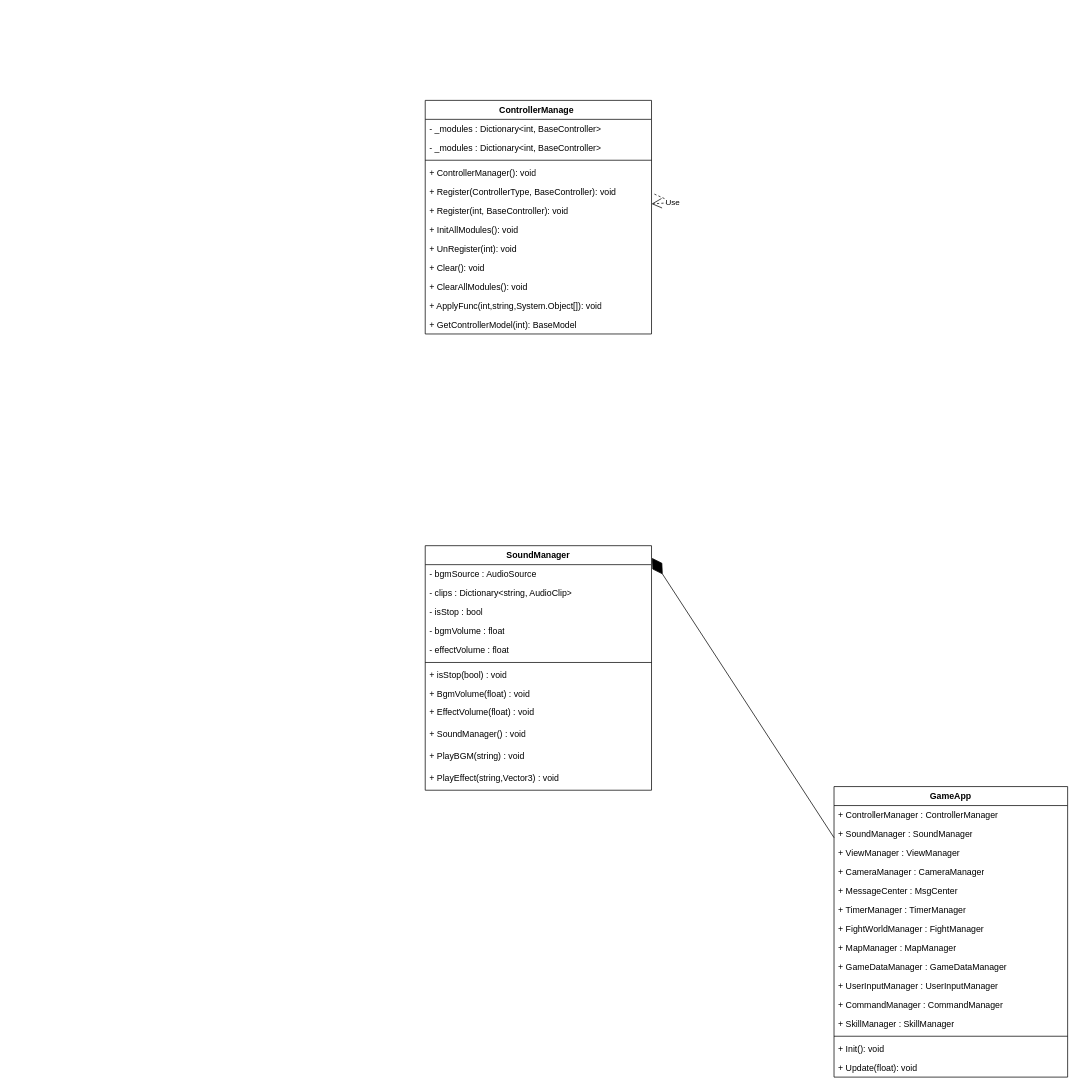
Above: BattleFlag/战旗UML.drawio in MinatoBalial/UML- (draw.io), before the change. Source tidied: cells renumbered, new cells numbered last; positions are measured from the earlier drawing's top-left corner, leaving out a move shared by most shapes. Both pictures are drawn from the tidied source at 73%, with x=0, y=0 at pixel (425, 100).
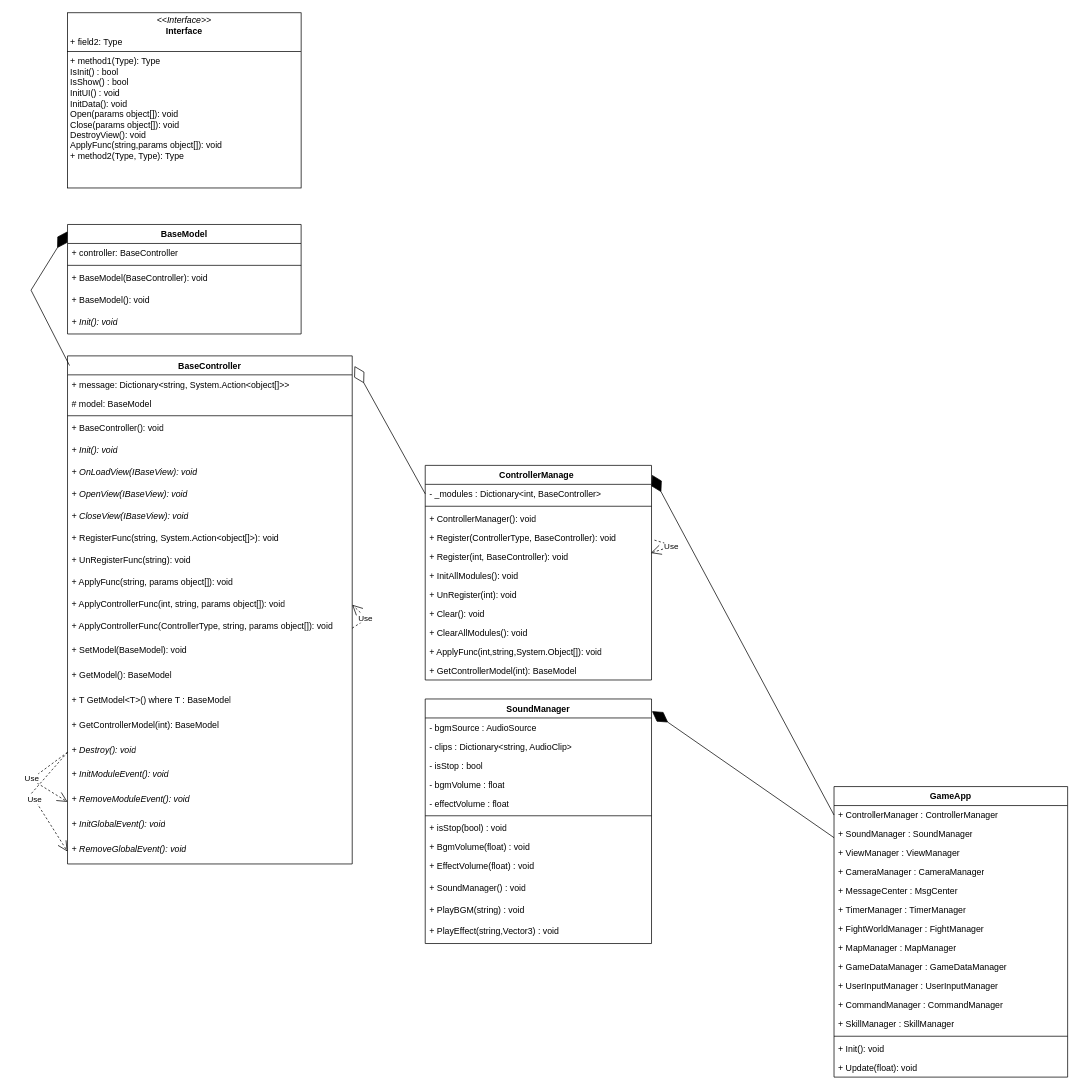
After the change.

The change refers to these unchanged cells:
```xml
<mxCell id="3" value="+ ControllerManager : ControllerManager" style="text;strokeColor=none;fillColor=none;align=left;verticalAlign=top;spacingLeft=4;spacingRight=4;overflow=hidden;points=[[0,0.5],[1,0.5]];portConstraint=eastwest;whiteSpace=wrap;html=1;" parent="2" vertex="1">
  <mxGeometry y="26" width="320" height="26" as="geometry" />
</mxCell>
<mxCell id="33" value="- _modules : Dictionary&amp;lt;int, BaseController&amp;gt;" style="text;strokeColor=none;fillColor=none;align=left;verticalAlign=top;spacingLeft=4;spacingRight=4;overflow=hidden;points=[[0,0.5],[1,0.5]];portConstraint=eastwest;whiteSpace=wrap;html=1;" parent="32" vertex="1">
  <mxGeometry y="26" width="310" height="26" as="geometry" />
</mxCell>
```

What changed in the source:
```diff
@@
     <mxCell id="18" value="SoundManager" style="swimlane;fontStyle=1;align=center;verticalAlign=top;horizontal=1;startSize=26;whiteSpace=wrap;html=1;" parent="1" vertex="1">
-      <mxGeometry y="610" width="310" height="335" as="geometry" />
+      <mxGeometry y="820" width="310" height="335" as="geometry" />
     </mxCell>
@@
     <mxCell id="32" value="ControllerManage&lt;span style=&quot;white-space: pre;&quot;&gt;&#9;&lt;/span&gt;" style="swimlane;fontStyle=1;align=center;verticalAlign=top;horizontal=1;startSize=26;whiteSpace=wrap;html=1;" parent="1" vertex="1">
-      <mxGeometry width="310" height="320" as="geometry" />
+      <mxGeometry y="500" width="310" height="294" as="geometry" />
     </mxCell>
@@
-    <mxCell id="34" value="- _modules : Dictionary&amp;lt;int, BaseController&amp;gt;" style="text;strokeColor=none;fillColor=none;align=left;verticalAlign=top;spacingLeft=4;spacingRight=4;overflow=hidden;whiteSpace=wrap;html=1;" parent="32" vertex="1">
-      <mxGeometry y="52" width="310" height="26" as="geometry" />
-    </mxCell>
     <mxCell id="35" style="line;strokeWidth=1;fillColor=none;align=left;verticalAlign=middle;spacingTop=-1;spacingLeft=3;spacingRight=3;labelPosition=right;strokeColor=inherit;" parent="32" vertex="1">
-      <mxGeometry y="78" width="310" height="8" as="geometry" />
+      <mxGeometry y="52" width="310" height="8" as="geometry" />
     </mxCell>
     <mxCell id="36" value="+ ControllerManager(): void" style="text;strokeColor=none;fillColor=none;align=left;verticalAlign=top;spacingLeft=4;spacingRight=4;overflow=hidden;whiteSpace=wrap;html=1;" parent="32" vertex="1">
-      <mxGeometry y="86" width="310" height="26" as="geometry" />
+      <mxGeometry y="60" width="310" height="26" as="geometry" />
     </mxCell>
     <mxCell id="37" value="+ Register(ControllerType, BaseController): void" style="text;strokeColor=none;fillColor=none;align=left;verticalAlign=top;spacingLeft=4;spacingRight=4;overflow=hidden;points=[[0,0.5],[1,0.5]];portConstraint=eastwest;whiteSpace=wrap;html=1;" parent="32" vertex="1">
-      <mxGeometry y="112" width="310" height="26" as="geometry" />
+      <mxGeometry y="86" width="310" height="26" as="geometry" />
     </mxCell>
     <mxCell id="38" value="+ Register(int, BaseController): void" style="text;strokeColor=none;fillColor=none;align=left;verticalAlign=top;spacingLeft=4;spacingRight=4;overflow=hidden;points=[[0,0.5],[1,0.5]];portConstraint=eastwest;whiteSpace=wrap;html=1;" parent="32" vertex="1">
-      <mxGeometry y="138" width="310" height="26" as="geometry" />
+      <mxGeometry y="112" width="310" height="26" as="geometry" />
     </mxCell>
     <mxCell id="39" value="+ InitAllModules(): void" style="text;strokeColor=none;fillColor=none;align=left;verticalAlign=top;spacingLeft=4;spacingRight=4;overflow=hidden;whiteSpace=wrap;html=1;" parent="32" vertex="1">
-      <mxGeometry y="164" width="310" height="26" as="geometry" />
+      <mxGeometry y="138" width="310" height="26" as="geometry" />
     </mxCell>
     <mxCell id="40" value="+ UnRegister(int): void" style="text;strokeColor=none;fillColor=none;align=left;verticalAlign=top;spacingLeft=4;spacingRight=4;overflow=hidden;whiteSpace=wrap;html=1;" parent="32" vertex="1">
-      <mxGeometry y="190" width="310" height="26" as="geometry" />
+      <mxGeometry y="164" width="310" height="26" as="geometry" />
     </mxCell>
     <mxCell id="41" value="+ Clear(): void" style="text;strokeColor=none;fillColor=none;align=left;verticalAlign=top;spacingLeft=4;spacingRight=4;overflow=hidden;whiteSpace=wrap;html=1;" parent="32" vertex="1">
-      <mxGeometry y="216" width="310" height="26" as="geometry" />
+      <mxGeometry y="190" width="310" height="26" as="geometry" />
     </mxCell>
     <mxCell id="42" value="+ ClearAllModules(): void" style="text;strokeColor=none;fillColor=none;align=left;verticalAlign=top;spacingLeft=4;spacingRight=4;overflow=hidden;whiteSpace=wrap;html=1;" parent="32" vertex="1">
-      <mxGeometry y="242" width="310" height="26" as="geometry" />
+      <mxGeometry y="216" width="310" height="26" as="geometry" />
     </mxCell>
     <mxCell id="43" value="+ ApplyFunc(int,string,System.Object[]): void" style="text;strokeColor=none;fillColor=none;align=left;verticalAlign=top;spacingLeft=4;spacingRight=4;overflow=hidden;whiteSpace=wrap;html=1;" parent="32" vertex="1">
-      <mxGeometry y="268" width="310" height="26" as="geometry" />
+      <mxGeometry y="242" width="310" height="26" as="geometry" />
     </mxCell>
     <mxCell id="44" value="+ GetControllerModel(int): BaseModel" style="text;strokeColor=none;fillColor=none;align=left;verticalAlign=top;spacingLeft=4;spacingRight=4;overflow=hidden;whiteSpace=wrap;html=1;" parent="32" vertex="1">
-      <mxGeometry y="294" width="310" height="26" as="geometry" />
+      <mxGeometry y="268" width="310" height="26" as="geometry" />
     </mxCell>
-    <mxCell id="45" value="Use" style="endArrow=open;endSize=12;dashed=1;html=1;rounded=0;exitX=1.013;exitY=0.632;exitDx=0;exitDy=0;exitPerimeter=0;" parent="32" edge="1" source="37" target="38">
+    <mxCell id="45" value="Use" style="endArrow=open;endSize=12;dashed=1;html=1;rounded=0;exitX=1.013;exitY=0.632;exitDx=0;exitDy=0;exitPerimeter=0;entryX=0.997;entryY=0.308;entryDx=0;entryDy=0;entryPerimeter=0;" parent="32" edge="1" source="37" target="38">
       <mxGeometry relative="1" as="geometry">
         <Array as="points">
-          <mxPoint x="340" y="140" />
+          <mxPoint x="340" y="110" />
         </Array>
       </mxGeometry>
     </mxCell>
+    <mxCell id="46" style="endArrow=diamondThin;endFill=1;endSize=24;html=1;rounded=0;exitX=0;exitY=0.5;exitDx=0;exitDy=0;entryX=1.002;entryY=0.044;entryDx=0;entryDy=0;entryPerimeter=0;" parent="1" edge="1" source="3" target="32">
+      <mxGeometry relative="1" as="geometry" />
+    </mxCell>
+    <mxCell id="47" value="BaseController" style="swimlane;fontStyle=1;align=center;verticalAlign=top;horizontal=1;startSize=26;whiteSpace=wrap;html=1;" parent="1" vertex="1">
+      <mxGeometry x="-490" y="350" width="390" height="696" as="geometry" />
+    </mxCell>
+    <mxCell id="48" value="+ message: Dictionary&amp;lt;string, System.Action&amp;lt;object[]&amp;gt;&amp;gt;" style="text;strokeColor=none;fillColor=none;align=left;verticalAlign=top;spacingLeft=4;spacingRight=4;overflow=hidden;whiteSpace=wrap;html=1;" parent="47" vertex="1">
+      <mxGeometry y="26" width="390" height="26" as="geometry" />
+    </mxCell>
+    <mxCell id="49" value="# model: BaseModel" style="text;strokeColor=none;fillColor=none;align=left;verticalAlign=top;spacingLeft=4;spacingRight=4;overflow=hidden;whiteSpace=wrap;html=1;" parent="47" vertex="1">
+      <mxGeometry y="52" width="390" height="26" as="geometry" />
+    </mxCell>
+    <mxCell id="50" style="line;strokeWidth=1;fillColor=none;align=left;verticalAlign=middle;spacingTop=-1;spacingLeft=3;spacingRight=3;labelPosition=right;strokeColor=inherit;" parent="47" vertex="1">
+      <mxGeometry y="78" width="390" height="8" as="geometry" />
+    </mxCell>
+    <mxCell id="51" value="+ BaseController(): void" style="text;strokeColor=none;fillColor=none;align=left;verticalAlign=top;spacingLeft=4;spacingRight=4;overflow=hidden;whiteSpace=wrap;html=1;" parent="47" vertex="1">
+      <mxGeometry y="86" width="390" height="30" as="geometry" />
+    </mxCell>
+    <mxCell id="52" value="&lt;i&gt;+ Init(): void&lt;/i&gt;" style="text;strokeColor=none;fillColor=none;align=left;verticalAlign=top;spacingLeft=4;spacingRight=4;overflow=hidden;whiteSpace=wrap;html=1;" parent="47" vertex="1">
+      <mxGeometry y="116" width="390" height="30" as="geometry" />
+    </mxCell>
+    <mxCell id="53" value="&lt;i&gt;+ OnLoadView(IBaseView): void&lt;/i&gt;" style="text;strokeColor=none;fillColor=none;align=left;verticalAlign=top;spacingLeft=4;spacingRight=4;overflow=hidden;whiteSpace=wrap;html=1;" parent="47" vertex="1">
+      <mxGeometry y="146" width="390" height="30" as="geometry" />
+    </mxCell>
+    <mxCell id="54" value="&lt;i&gt;+ OpenView(IBaseView): void&lt;/i&gt;" style="text;strokeColor=none;fillColor=none;align=left;verticalAlign=top;spacingLeft=4;spacingRight=4;overflow=hidden;whiteSpace=wrap;html=1;" parent="47" vertex="1">
+      <mxGeometry y="176" width="390" height="30" as="geometry" />
+    </mxCell>
+    <mxCell id="55" value="&lt;i&gt;+ CloseView(IBaseView): void&lt;/i&gt;" style="text;strokeColor=none;fillColor=none;align=left;verticalAlign=top;spacingLeft=4;spacingRight=4;overflow=hidden;whiteSpace=wrap;html=1;" parent="47" vertex="1">
+      <mxGeometry y="206" width="390" height="30" as="geometry" />
+    </mxCell>
+    <mxCell id="56" value="&lt;span style=&quot;font-style: normal;&quot;&gt;+ RegisterFunc(string, System.Action&amp;lt;object[]&amp;gt;): void&lt;/span&gt;" style="text;strokeColor=none;fillColor=none;align=left;verticalAlign=top;spacingLeft=4;spacingRight=4;overflow=hidden;whiteSpace=wrap;html=1;fontStyle=2;" parent="47" vertex="1">
+      <mxGeometry y="236" width="390" height="30" as="geometry" />
+    </mxCell>
+    <mxCell id="57" value="&lt;span style=&quot;font-style: normal;&quot;&gt;+ UnRegisterFunc(string): void&lt;/span&gt;" style="text;strokeColor=none;fillColor=none;align=left;verticalAlign=top;spacingLeft=4;spacingRight=4;overflow=hidden;whiteSpace=wrap;html=1;fontStyle=2;" parent="47" vertex="1">
+      <mxGeometry y="266" width="390" height="30" as="geometry" />
+    </mxCell>
+    <mxCell id="58" value="&lt;span style=&quot;font-style: normal;&quot;&gt;+ ApplyFunc(string, params object[]): void&lt;/span&gt;" style="text;strokeColor=none;fillColor=none;align=left;verticalAlign=top;spacingLeft=4;spacingRight=4;overflow=hidden;whiteSpace=wrap;html=1;fontStyle=2;" parent="47" vertex="1">
+      <mxGeometry y="296" width="390" height="30" as="geometry" />
+    </mxCell>
+    <mxCell id="59" value="&lt;span style=&quot;font-style: normal;&quot;&gt;+ ApplyControllerFunc(int, string, params object[]): void&lt;/span&gt;" style="text;strokeColor=none;fillColor=none;align=left;verticalAlign=top;spacingLeft=4;spacingRight=4;overflow=hidden;points=[[0,0.5],[1,0.5]];portConstraint=eastwest;whiteSpace=wrap;html=1;fontStyle=2;" parent="47" vertex="1">
+      <mxGeometry y="326" width="390" height="30" as="geometry" />
+    </mxCell>
+    <mxCell id="60" value="&lt;span style=&quot;font-style: normal;&quot;&gt;+ ApplyControllerFunc(ControllerType, string, params object[]): void&lt;/span&gt;" style="text;strokeColor=none;fillColor=none;align=left;verticalAlign=top;spacingLeft=4;spacingRight=4;overflow=hidden;points=[[0,0.5],[1,0.5]];portConstraint=eastwest;whiteSpace=wrap;html=1;fontStyle=2;" parent="47" vertex="1">
+      <mxGeometry y="356" width="390" height="34" as="geometry" />
+    </mxCell>
+    <mxCell id="61" value="&lt;span style=&quot;font-style: normal;&quot;&gt;+ SetModel(BaseModel): void&lt;/span&gt;" style="text;strokeColor=none;fillColor=none;align=left;verticalAlign=top;spacingLeft=4;spacingRight=4;overflow=hidden;whiteSpace=wrap;html=1;fontStyle=2;" parent="47" vertex="1">
+      <mxGeometry y="390" width="390" height="34" as="geometry" />
+    </mxCell>
+    <mxCell id="62" value="&lt;span style=&quot;font-style: normal;&quot;&gt;+ GetModel():&amp;nbsp;BaseModel&lt;/span&gt;" style="text;strokeColor=none;fillColor=none;align=left;verticalAlign=top;spacingLeft=4;spacingRight=4;overflow=hidden;whiteSpace=wrap;html=1;fontStyle=2;" parent="47" vertex="1">
+      <mxGeometry y="424" width="390" height="34" as="geometry" />
+    </mxCell>
+    <mxCell id="63" value="&lt;span style=&quot;font-style: normal;&quot;&gt;+&amp;nbsp;T GetModel&amp;lt;T&amp;gt;() where T : BaseModel&lt;/span&gt;" style="text;strokeColor=none;fillColor=none;align=left;verticalAlign=top;spacingLeft=4;spacingRight=4;overflow=hidden;whiteSpace=wrap;html=1;fontStyle=2;" parent="47" vertex="1">
+      <mxGeometry y="458" width="390" height="34" as="geometry" />
+    </mxCell>
+    <mxCell id="64" value="&lt;span style=&quot;font-style: normal;&quot;&gt;+ GetControllerModel(int): BaseModel&lt;/span&gt;" style="text;strokeColor=none;fillColor=none;align=left;verticalAlign=top;spacingLeft=4;spacingRight=4;overflow=hidden;whiteSpace=wrap;html=1;fontStyle=2;" parent="47" vertex="1">
+      <mxGeometry y="492" width="390" height="34" as="geometry" />
+    </mxCell>
+    <mxCell id="65" value="+&amp;nbsp;Destroy(): void" style="text;strokeColor=none;fillColor=none;align=left;verticalAlign=top;spacingLeft=4;spacingRight=4;overflow=hidden;points=[[0,0.5],[1,0.5]];portConstraint=eastwest;whiteSpace=wrap;html=1;fontStyle=2;" parent="47" vertex="1">
+      <mxGeometry y="526" width="390" height="34" as="geometry" />
+    </mxCell>
+    <mxCell id="66" value="+&amp;nbsp;InitModuleEvent(): void" style="text;strokeColor=none;fillColor=none;align=left;verticalAlign=top;spacingLeft=4;spacingRight=4;overflow=hidden;whiteSpace=wrap;html=1;fontStyle=2;" parent="47" vertex="1">
+      <mxGeometry y="560" width="390" height="34" as="geometry" />
+    </mxCell>
+    <mxCell id="67" value="+&amp;nbsp;RemoveModuleEvent(): void" style="text;strokeColor=none;fillColor=none;align=left;verticalAlign=top;spacingLeft=4;spacingRight=4;overflow=hidden;points=[[0,0.5],[1,0.5]];portConstraint=eastwest;whiteSpace=wrap;html=1;fontStyle=2;" parent="47" vertex="1">
+      <mxGeometry y="594" width="390" height="34" as="geometry" />
+    </mxCell>
+    <mxCell id="68" value="+&amp;nbsp;InitGlobalEvent(): void" style="text;strokeColor=none;fillColor=none;align=left;verticalAlign=top;spacingLeft=4;spacingRight=4;overflow=hidden;whiteSpace=wrap;html=1;fontStyle=2;" parent="47" vertex="1">
+      <mxGeometry y="628" width="390" height="34" as="geometry" />
+    </mxCell>
+    <mxCell id="69" value="+&amp;nbsp;RemoveGlobalEvent(): void" style="text;strokeColor=none;fillColor=none;align=left;verticalAlign=top;spacingLeft=4;spacingRight=4;overflow=hidden;points=[[0,0.5],[1,0.5]];portConstraint=eastwest;whiteSpace=wrap;html=1;fontStyle=2;" parent="47" vertex="1">
+      <mxGeometry y="662" width="390" height="34" as="geometry" />
+    </mxCell>
+    <mxCell id="70" style="edgeStyle=orthogonalEdgeStyle;rounded=0;jettySize=auto;html=1;exitX=0.5;exitY=1;exitDx=0;exitDy=0;entryX=0.5;entryY=1;entryDx=0;entryDy=0;entryPerimeter=0;" parent="47" edge="1" source="47" target="69">
+      <mxGeometry relative="1" as="geometry" />
+    </mxCell>
+    <mxCell id="71" value="Use" style="endArrow=open;endSize=12;dashed=1;html=1;rounded=0;exitX=1;exitY=0.5;exitDx=0;exitDy=0;entryX=1;entryY=0.5;entryDx=0;entryDy=0;" parent="47" edge="1" source="60" target="59">
+      <mxGeometry relative="1" as="geometry">
+        <Array as="points">
+          <mxPoint x="410" y="360" />
+        </Array>
+      </mxGeometry>
+    </mxCell>
+    <mxCell id="72" value="Use" style="endArrow=open;endSize=12;dashed=1;html=1;rounded=0;exitX=0;exitY=0.5;exitDx=0;exitDy=0;entryX=0;entryY=0.5;entryDx=0;entryDy=0;" parent="47" edge="1" source="65" target="67">
+      <mxGeometry relative="1" as="geometry">
+        <Array as="points">
+          <mxPoint x="-50" y="580" />
+        </Array>
+      </mxGeometry>
+    </mxCell>
+    <mxCell id="73" value="Use" style="endArrow=open;endSize=12;dashed=1;html=1;rounded=0;exitX=0;exitY=0.5;exitDx=0;exitDy=0;entryX=0;entryY=0.5;entryDx=0;entryDy=0;" parent="47" edge="1" source="65" target="69">
+      <mxGeometry relative="1" as="geometry">
+        <Array as="points">
+          <mxPoint x="-50" y="600" />
+        </Array>
+      </mxGeometry>
+    </mxCell>
+    <mxCell id="74" style="endArrow=diamondThin;endFill=0;endSize=24;html=1;rounded=0;exitX=0;exitY=0.5;exitDx=0;exitDy=0;entryX=1.008;entryY=0.02;entryDx=0;entryDy=0;entryPerimeter=0;" parent="1" edge="1" source="33" target="47">
+      <mxGeometry relative="1" as="geometry" />
+    </mxCell>
+    <mxCell id="75" value="BaseModel" style="swimlane;fontStyle=1;align=center;verticalAlign=top;horizontal=1;startSize=26;whiteSpace=wrap;html=1;" parent="1" vertex="1">
+      <mxGeometry x="-490" y="170" width="320" height="150" as="geometry" />
+    </mxCell>
+    <mxCell id="76" value="+ controller: BaseController" style="text;strokeColor=none;fillColor=none;align=left;verticalAlign=top;spacingLeft=4;spacingRight=4;overflow=hidden;whiteSpace=wrap;html=1;" parent="75" vertex="1">
+      <mxGeometry y="26" width="320" height="26" as="geometry" />
+    </mxCell>
+    <mxCell id="77" style="line;strokeWidth=1;fillColor=none;align=left;verticalAlign=middle;spacingTop=-1;spacingLeft=3;spacingRight=3;labelPosition=right;strokeColor=inherit;" parent="75" vertex="1">
+      <mxGeometry y="52" width="320" height="8" as="geometry" />
+    </mxCell>
+    <mxCell id="78" value="+ BaseModel(BaseController): void" style="text;strokeColor=none;fillColor=none;align=left;verticalAlign=top;spacingLeft=4;spacingRight=4;overflow=hidden;whiteSpace=wrap;html=1;" parent="75" vertex="1">
+      <mxGeometry y="60" width="320" height="30" as="geometry" />
+    </mxCell>
+    <mxCell id="79" value="+ BaseModel(): void" style="text;strokeColor=none;fillColor=none;align=left;verticalAlign=top;spacingLeft=4;spacingRight=4;overflow=hidden;whiteSpace=wrap;html=1;" parent="75" vertex="1">
+      <mxGeometry y="90" width="320" height="30" as="geometry" />
+    </mxCell>
+    <mxCell id="80" value="&lt;i&gt;+ Init(): void&lt;/i&gt;" style="text;strokeColor=none;fillColor=none;align=left;verticalAlign=top;spacingLeft=4;spacingRight=4;overflow=hidden;whiteSpace=wrap;html=1;" parent="75" vertex="1">
+      <mxGeometry y="120" width="320" height="30" as="geometry" />
+    </mxCell>
+    <mxCell id="81" style="endArrow=diamondThin;endFill=1;endSize=24;html=1;rounded=0;exitX=0.007;exitY=0.019;exitDx=0;exitDy=0;exitPerimeter=0;entryX=0;entryY=0.063;entryDx=0;entryDy=0;entryPerimeter=0;" parent="1" edge="1" source="47" target="75">
+      <mxGeometry relative="1" as="geometry">
+        <Array as="points">
+          <mxPoint x="-540" y="260" />
+        </Array>
+      </mxGeometry>
+    </mxCell>
+    <mxCell id="82" value="&lt;p style=&quot;margin:0px;margin-top:4px;text-align:center;&quot;&gt;&lt;i&gt;&amp;lt;&amp;lt;Interface&amp;gt;&amp;gt;&lt;/i&gt;&lt;br&gt;&lt;b&gt;Interface&lt;/b&gt;&lt;/p&gt;&lt;p style=&quot;margin:0px;margin-left:4px;&quot;&gt;+ field2: Type&lt;/p&gt;&lt;hr size=&quot;1&quot; style=&quot;border-style:solid;&quot;&gt;&lt;p style=&quot;margin:0px;margin-left:4px;&quot;&gt;+ method1(Type): Type&lt;/p&gt;&lt;p style=&quot;margin: 0px 0px 0px 4px;&quot;&gt;IsInit() : bool&lt;/p&gt;&lt;p style=&quot;margin: 0px 0px 0px 4px;&quot;&gt;IsShow() : bool&lt;/p&gt;&lt;p style=&quot;margin: 0px 0px 0px 4px;&quot;&gt;InitUI() : void&lt;/p&gt;&lt;p style=&quot;margin: 0px 0px 0px 4px;&quot;&gt;InitData(): void&lt;/p&gt;&lt;p style=&quot;margin: 0px 0px 0px 4px;&quot;&gt;Open(params object[]): void&lt;/p&gt;&lt;p style=&quot;margin: 0px 0px 0px 4px;&quot;&gt;Close(params object[]): void&lt;/p&gt;&lt;p style=&quot;margin: 0px 0px 0px 4px;&quot;&gt;DestroyView(): void&lt;/p&gt;&lt;p style=&quot;margin: 0px 0px 0px 4px;&quot;&gt;ApplyFunc(string,params object[]): void&amp;nbsp;&amp;nbsp;&lt;/p&gt;&lt;p style=&quot;margin:0px;margin-left:4px;&quot;&gt;+ method2(Type, Type): Type&lt;/p&gt;" style="verticalAlign=top;align=left;overflow=fill;html=1;whiteSpace=wrap;" parent="1" vertex="1">
+      <mxGeometry x="-490" y="-120" width="320" height="240" as="geometry" />
+    </mxCell>
```
